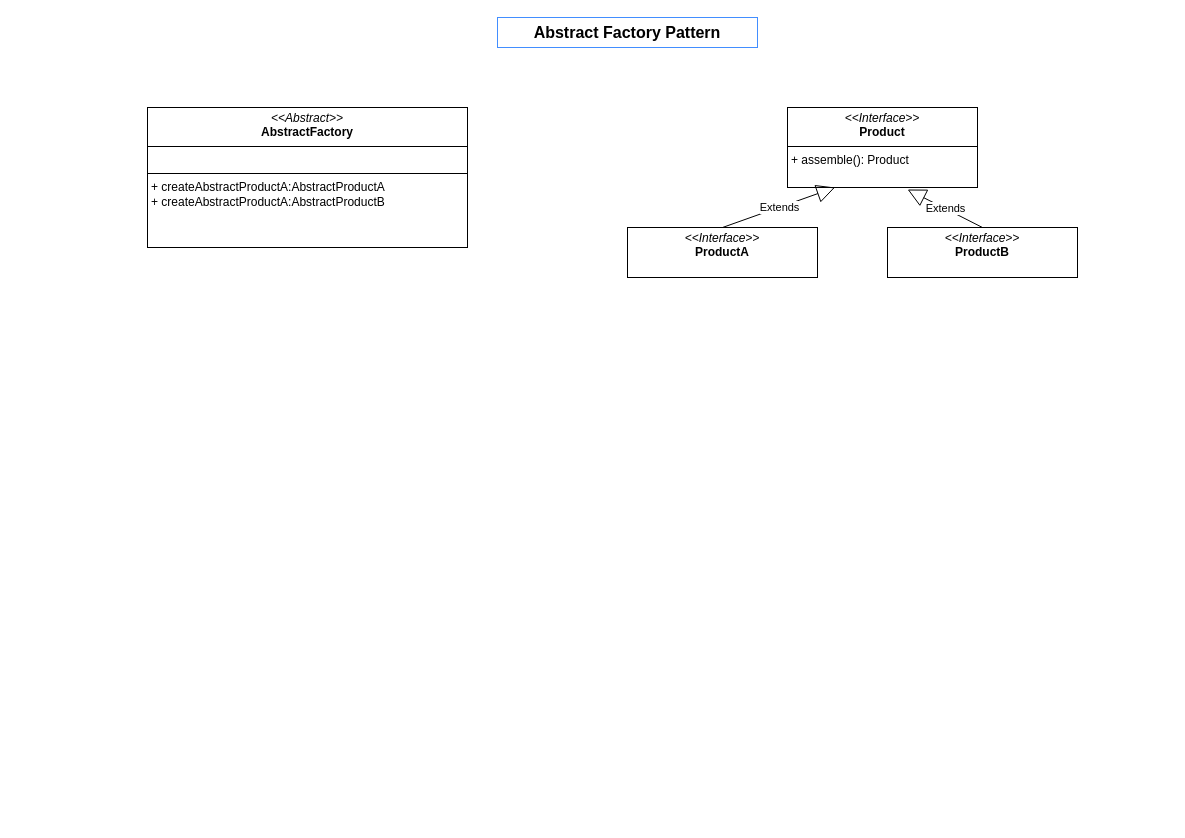
Before: abstract-factory-pattern.drawio in sourcelight/test_repo, a draw.io diagram. Source tidied: cells renumbered, new cells numbered last; positions are measured from the earlier drawing's top-left corner, leaving out a move shared by most shapes. Both pictures are drawn from the tidied source at 100%, with x=0, y=0 at pixel (147, 17).
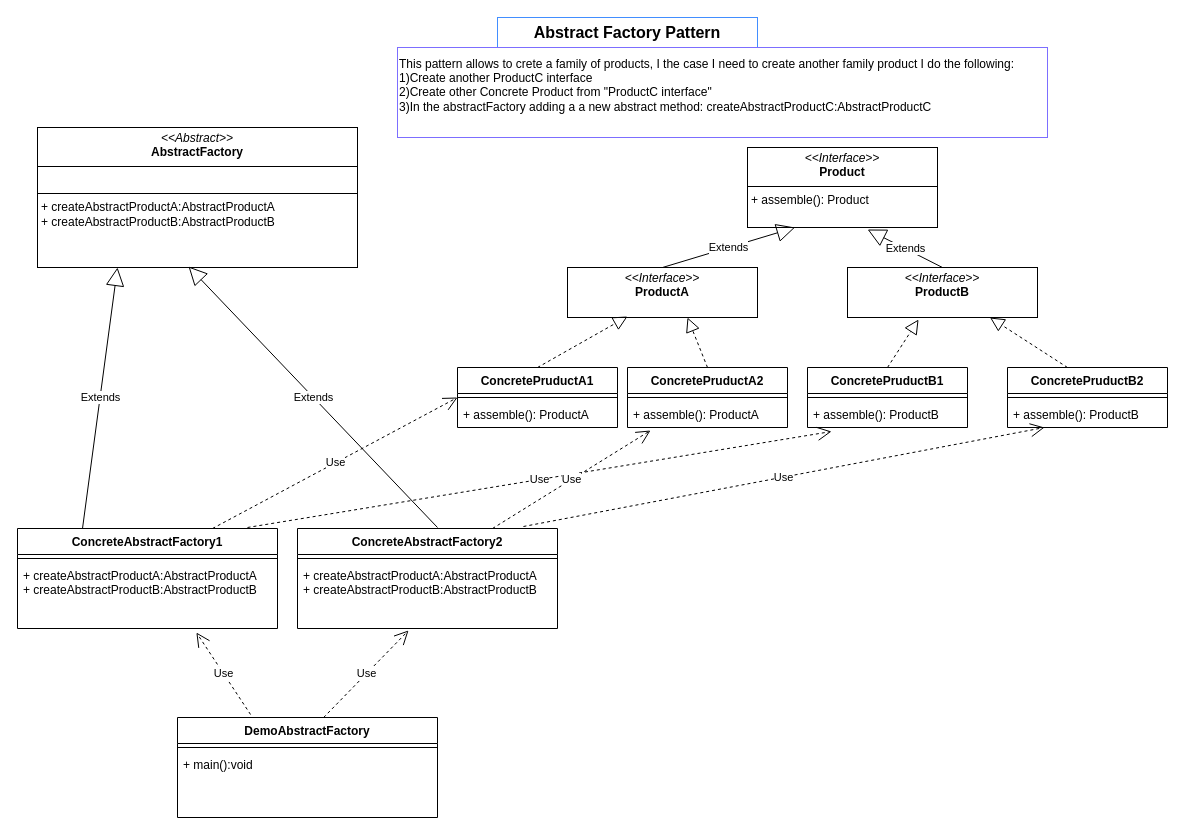
The same diagram, later.

What changed in the source:
```diff
@@
-    <mxCell id="3" value="&lt;p style=&quot;margin:0px;margin-top:4px;text-align:center;&quot;&gt;&lt;i&gt;&amp;lt;&amp;lt;Abstract&amp;gt;&amp;gt;&lt;/i&gt;&lt;br&gt;&lt;b&gt;AbstractFactory&lt;/b&gt;&lt;/p&gt;&lt;hr size=&quot;1&quot; style=&quot;border-style:solid;&quot;&gt;&lt;p style=&quot;margin:0px;margin-left:4px;&quot;&gt;&lt;br&gt;&lt;/p&gt;&lt;hr size=&quot;1&quot; style=&quot;border-style:solid;&quot;&gt;&lt;p style=&quot;margin:0px;margin-left:4px;&quot;&gt;+ createAbstractProductA:AbstractProductA&lt;br&gt;+ createAbstractProductA:AbstractProductB&lt;br&gt;&lt;/p&gt;" style="verticalAlign=top;align=left;overflow=fill;html=1;whiteSpace=wrap;" parent="1" vertex="1">
-      <mxGeometry y="90" width="320" height="140" as="geometry" />
+    <mxCell id="3" value="&lt;p style=&quot;margin:0px;margin-top:4px;text-align:center;&quot;&gt;&lt;i&gt;&amp;lt;&amp;lt;Abstract&amp;gt;&amp;gt;&lt;/i&gt;&lt;br&gt;&lt;b&gt;AbstractFactory&lt;/b&gt;&lt;/p&gt;&lt;hr size=&quot;1&quot; style=&quot;border-style:solid;&quot;&gt;&lt;p style=&quot;margin:0px;margin-left:4px;&quot;&gt;&lt;br&gt;&lt;/p&gt;&lt;hr size=&quot;1&quot; style=&quot;border-style:solid;&quot;&gt;&lt;p style=&quot;margin:0px;margin-left:4px;&quot;&gt;+ createAbstractProductA:AbstractProductA&lt;br&gt;+ createAbstractProductB:AbstractProductB&lt;br&gt;&lt;/p&gt;" style="verticalAlign=top;align=left;overflow=fill;html=1;whiteSpace=wrap;" parent="1" vertex="1">
+      <mxGeometry x="-110" y="110" width="320" height="140" as="geometry" />
     </mxCell>
     <mxCell id="4" value="&lt;p style=&quot;margin:0px;margin-top:4px;text-align:center;&quot;&gt;&lt;i&gt;&amp;lt;&amp;lt;Interface&amp;gt;&amp;gt;&lt;/i&gt;&lt;br&gt;&lt;b&gt;Product&lt;/b&gt;&lt;/p&gt;&lt;hr size=&quot;1&quot; style=&quot;border-style:solid;&quot;&gt;&lt;p style=&quot;margin:0px;margin-left:4px;&quot;&gt;&lt;/p&gt;&lt;p style=&quot;margin:0px;margin-left:4px;&quot;&gt;+ assemble(): Product&lt;br&gt;&lt;br&gt;&lt;/p&gt;" style="verticalAlign=top;align=left;overflow=fill;html=1;whiteSpace=wrap;" parent="1" vertex="1">
-      <mxGeometry x="640" y="90" width="190" height="80" as="geometry" />
+      <mxGeometry x="600" y="130" width="190" height="80" as="geometry" />
     </mxCell>
     <mxCell id="5" value="&lt;p style=&quot;margin:0px;margin-top:4px;text-align:center;&quot;&gt;&lt;i&gt;&amp;lt;&amp;lt;Interface&amp;gt;&amp;gt;&lt;/i&gt;&lt;br&gt;&lt;b&gt;ProductA&lt;/b&gt;&lt;/p&gt;" style="verticalAlign=top;align=left;overflow=fill;html=1;whiteSpace=wrap;" parent="1" vertex="1">
-      <mxGeometry x="480" y="210" width="190" height="50" as="geometry" />
+      <mxGeometry x="420" y="250" width="190" height="50" as="geometry" />
     </mxCell>
     <mxCell id="6" value="&lt;p style=&quot;margin:0px;margin-top:4px;text-align:center;&quot;&gt;&lt;i&gt;&amp;lt;&amp;lt;Interface&amp;gt;&amp;gt;&lt;/i&gt;&lt;br&gt;&lt;b&gt;ProductB&lt;/b&gt;&lt;/p&gt;" style="verticalAlign=top;align=left;overflow=fill;html=1;whiteSpace=wrap;" parent="1" vertex="1">
-      <mxGeometry x="740" y="210" width="190" height="50" as="geometry" />
+      <mxGeometry x="700" y="250" width="190" height="50" as="geometry" />
     </mxCell>
@@
+    <mxCell id="9" value="ConcretePruductA1" style="swimlane;fontStyle=1;align=center;verticalAlign=top;horizontal=1;startSize=26;whiteSpace=wrap;html=1;" parent="1" vertex="1">
+      <mxGeometry x="310" y="350" width="160" height="60" as="geometry" />
+    </mxCell>
+    <mxCell id="10" style="line;strokeWidth=1;fillColor=none;align=left;verticalAlign=middle;spacingTop=-1;spacingLeft=3;spacingRight=3;labelPosition=right;strokeColor=inherit;" parent="9" vertex="1">
+      <mxGeometry y="26" width="160" height="8" as="geometry" />
+    </mxCell>
+    <mxCell id="11" value="+ assemble(): ProductA" style="text;strokeColor=none;fillColor=none;align=left;verticalAlign=top;spacingLeft=4;spacingRight=4;overflow=hidden;whiteSpace=wrap;html=1;" parent="9" vertex="1">
+      <mxGeometry y="34" width="160" height="26" as="geometry" />
+    </mxCell>
+    <mxCell id="12" value="ConcretePruductA2" style="swimlane;fontStyle=1;align=center;verticalAlign=top;horizontal=1;startSize=26;whiteSpace=wrap;html=1;" parent="1" vertex="1">
+      <mxGeometry x="480" y="350" width="160" height="60" as="geometry" />
+    </mxCell>
+    <mxCell id="13" style="line;strokeWidth=1;fillColor=none;align=left;verticalAlign=middle;spacingTop=-1;spacingLeft=3;spacingRight=3;labelPosition=right;strokeColor=inherit;" parent="12" vertex="1">
+      <mxGeometry y="26" width="160" height="8" as="geometry" />
+    </mxCell>
+    <mxCell id="14" value="+ assemble(): ProductA" style="text;strokeColor=none;fillColor=none;align=left;verticalAlign=top;spacingLeft=4;spacingRight=4;overflow=hidden;points=[[0,0.5],[1,0.5]];portConstraint=eastwest;whiteSpace=wrap;html=1;" parent="12" vertex="1">
+      <mxGeometry y="34" width="160" height="26" as="geometry" />
+    </mxCell>
+    <mxCell id="15" style="endArrow=block;dashed=1;endFill=0;endSize=12;html=1;rounded=0;exitX=0.5;exitY=0;exitDx=0;exitDy=0;entryX=0.316;entryY=0.98;entryDx=0;entryDy=0;entryPerimeter=0;" parent="1" edge="1" source="9" target="5">
+      <mxGeometry relative="1" as="geometry" />
+    </mxCell>
+    <mxCell id="16" style="endArrow=block;dashed=1;endFill=0;endSize=12;html=1;rounded=0;exitX=0.5;exitY=0;exitDx=0;exitDy=0;entryX=0.316;entryY=0.98;entryDx=0;entryDy=0;entryPerimeter=0;" parent="1" edge="1" source="12">
+      <mxGeometry relative="1" as="geometry">
+        <mxPoint x="540" y="300" as="targetPoint" />
+      </mxGeometry>
+    </mxCell>
+    <mxCell id="17" value="ConcretePruductB1" style="swimlane;fontStyle=1;align=center;verticalAlign=top;horizontal=1;startSize=26;whiteSpace=wrap;html=1;" parent="1" vertex="1">
+      <mxGeometry x="660" y="350" width="160" height="60" as="geometry" />
+    </mxCell>
+    <mxCell id="18" style="line;strokeWidth=1;fillColor=none;align=left;verticalAlign=middle;spacingTop=-1;spacingLeft=3;spacingRight=3;labelPosition=right;strokeColor=inherit;" parent="17" vertex="1">
+      <mxGeometry y="26" width="160" height="8" as="geometry" />
+    </mxCell>
+    <mxCell id="19" value="+ assemble(): ProductB" style="text;strokeColor=none;fillColor=none;align=left;verticalAlign=top;spacingLeft=4;spacingRight=4;overflow=hidden;points=[[0,0.5],[1,0.5]];portConstraint=eastwest;whiteSpace=wrap;html=1;" parent="17" vertex="1">
+      <mxGeometry y="34" width="160" height="26" as="geometry" />
+    </mxCell>
+    <mxCell id="20" value="ConcretePruductB2" style="swimlane;fontStyle=1;align=center;verticalAlign=top;horizontal=1;startSize=26;whiteSpace=wrap;html=1;" parent="1" vertex="1">
+      <mxGeometry x="860" y="350" width="160" height="60" as="geometry" />
+    </mxCell>
+    <mxCell id="21" style="line;strokeWidth=1;fillColor=none;align=left;verticalAlign=middle;spacingTop=-1;spacingLeft=3;spacingRight=3;labelPosition=right;strokeColor=inherit;" parent="20" vertex="1">
+      <mxGeometry y="26" width="160" height="8" as="geometry" />
+    </mxCell>
+    <mxCell id="22" value="+ assemble(): ProductB" style="text;strokeColor=none;fillColor=none;align=left;verticalAlign=top;spacingLeft=4;spacingRight=4;overflow=hidden;points=[[0,0.5],[1,0.5]];portConstraint=eastwest;whiteSpace=wrap;html=1;" parent="20" vertex="1">
+      <mxGeometry y="34" width="160" height="26" as="geometry" />
+    </mxCell>
+    <mxCell id="23" style="endArrow=block;dashed=1;endFill=0;endSize=12;html=1;rounded=0;exitX=0.5;exitY=0;exitDx=0;exitDy=0;entryX=0.374;entryY=1.04;entryDx=0;entryDy=0;entryPerimeter=0;" parent="1" edge="1" source="17" target="6">
+      <mxGeometry relative="1" as="geometry" />
+    </mxCell>
+    <mxCell id="24" style="endArrow=block;dashed=1;endFill=0;endSize=12;html=1;rounded=0;exitX=0.5;exitY=0;exitDx=0;exitDy=0;entryX=0.75;entryY=1;entryDx=0;entryDy=0;" parent="1" edge="1" target="6">
+      <mxGeometry relative="1" as="geometry">
+        <mxPoint x="920" y="350" as="sourcePoint" />
+      </mxGeometry>
+    </mxCell>
+    <mxCell id="25" value="ConcreteAbstractFactory1" style="swimlane;fontStyle=1;align=center;verticalAlign=top;horizontal=1;startSize=26;whiteSpace=wrap;html=1;" parent="1" vertex="1">
+      <mxGeometry x="-130" y="511" width="260" height="100" as="geometry" />
+    </mxCell>
+    <mxCell id="26" style="line;strokeWidth=1;fillColor=none;align=left;verticalAlign=middle;spacingTop=-1;spacingLeft=3;spacingRight=3;labelPosition=right;strokeColor=inherit;" parent="25" vertex="1">
+      <mxGeometry y="26" width="260" height="8" as="geometry" />
+    </mxCell>
+    <mxCell id="27" value="+ createAbstractProductA:AbstractProductA&lt;br&gt;+ createAbstractProductB:AbstractProductB" style="text;strokeColor=none;fillColor=none;align=left;verticalAlign=top;spacingLeft=4;spacingRight=4;overflow=hidden;points=[[0,0.5],[1,0.5]];portConstraint=eastwest;whiteSpace=wrap;html=1;" parent="25" vertex="1">
+      <mxGeometry y="34" width="260" height="66" as="geometry" />
+    </mxCell>
+    <mxCell id="28" value="Extends" style="endArrow=block;endSize=16;endFill=0;html=1;rounded=0;exitX=0.25;exitY=0;exitDx=0;exitDy=0;entryX=0.25;entryY=1;entryDx=0;entryDy=0;" parent="1" edge="1" source="25" target="3">
+      <mxGeometry relative="1" as="geometry" />
+    </mxCell>
+    <mxCell id="29" value="ConcreteAbstractFactory2" style="swimlane;fontStyle=1;align=center;verticalAlign=top;horizontal=1;startSize=26;whiteSpace=wrap;html=1;" parent="1" vertex="1">
+      <mxGeometry x="150" y="511" width="260" height="100" as="geometry" />
+    </mxCell>
+    <mxCell id="30" style="line;strokeWidth=1;fillColor=none;align=left;verticalAlign=middle;spacingTop=-1;spacingLeft=3;spacingRight=3;labelPosition=right;strokeColor=inherit;" parent="29" vertex="1">
+      <mxGeometry y="26" width="260" height="8" as="geometry" />
+    </mxCell>
+    <mxCell id="31" value="+ createAbstractProductA:AbstractProductA&lt;br&gt;+ createAbstractProductB:AbstractProductB" style="text;strokeColor=none;fillColor=none;align=left;verticalAlign=top;spacingLeft=4;spacingRight=4;overflow=hidden;points=[[0,0.5],[1,0.5]];portConstraint=eastwest;whiteSpace=wrap;html=1;" parent="29" vertex="1">
+      <mxGeometry y="34" width="260" height="66" as="geometry" />
+    </mxCell>
+    <mxCell id="32" value="Extends" style="endArrow=block;endSize=16;endFill=0;html=1;rounded=0;entryX=0.472;entryY=0.993;entryDx=0;entryDy=0;entryPerimeter=0;" parent="1" edge="1" target="3">
+      <mxGeometry relative="1" as="geometry">
+        <mxPoint x="290" y="510" as="sourcePoint" />
+      </mxGeometry>
+    </mxCell>
+    <mxCell id="33" value="DemoAbstractFactory" style="swimlane;fontStyle=1;align=center;verticalAlign=top;horizontal=1;startSize=26;whiteSpace=wrap;html=1;" parent="1" vertex="1">
+      <mxGeometry x="30" y="700" width="260" height="100" as="geometry" />
+    </mxCell>
+    <mxCell id="34" style="line;strokeWidth=1;fillColor=none;align=left;verticalAlign=middle;spacingTop=-1;spacingLeft=3;spacingRight=3;labelPosition=right;strokeColor=inherit;" parent="33" vertex="1">
+      <mxGeometry y="26" width="260" height="8" as="geometry" />
+    </mxCell>
+    <mxCell id="35" value="+ main():void&lt;div&gt;&lt;br/&gt;&lt;/div&gt;" style="text;strokeColor=none;fillColor=none;align=left;verticalAlign=top;spacingLeft=4;spacingRight=4;overflow=hidden;whiteSpace=wrap;html=1;" parent="33" vertex="1">
+      <mxGeometry y="34" width="260" height="66" as="geometry" />
+    </mxCell>
+    <mxCell id="36" value="Use" style="endArrow=open;endSize=12;dashed=1;html=1;rounded=0;exitX=0.281;exitY=-0.03;exitDx=0;exitDy=0;exitPerimeter=0;entryX=0.688;entryY=1.061;entryDx=0;entryDy=0;entryPerimeter=0;" parent="1" edge="1" source="33" target="27">
+      <mxGeometry relative="1" as="geometry" />
+    </mxCell>
+    <mxCell id="37" value="Use" style="endArrow=open;endSize=12;dashed=1;html=1;rounded=0;entryX=0.427;entryY=1.03;entryDx=0;entryDy=0;entryPerimeter=0;exitX=0.562;exitY=0;exitDx=0;exitDy=0;exitPerimeter=0;" parent="1" edge="1" source="33" target="31">
+      <mxGeometry relative="1" as="geometry" />
+    </mxCell>
+    <mxCell id="38" value="Use" style="endArrow=open;endSize=12;dashed=1;html=1;rounded=0;entryX=0.15;entryY=1.154;entryDx=0;entryDy=0;entryPerimeter=0;" parent="1" edge="1" target="19">
+      <mxGeometry relative="1" as="geometry">
+        <mxPoint x="100" y="510" as="sourcePoint" />
+      </mxGeometry>
+    </mxCell>
+    <mxCell id="39" value="Use" style="endArrow=open;endSize=12;dashed=1;html=1;rounded=0;exitX=0.75;exitY=0;exitDx=0;exitDy=0;entryX=0;entryY=0.5;entryDx=0;entryDy=0;" parent="1" edge="1" source="25" target="9">
+      <mxGeometry relative="1" as="geometry" />
+    </mxCell>
+    <mxCell id="40" value="Use" style="endArrow=open;endSize=12;dashed=1;html=1;rounded=0;exitX=0.75;exitY=0;exitDx=0;exitDy=0;entryX=0.144;entryY=1.115;entryDx=0;entryDy=0;entryPerimeter=0;" parent="1" edge="1" source="29" target="14">
+      <mxGeometry relative="1" as="geometry" />
+    </mxCell>
+    <mxCell id="41" value="Use" style="endArrow=open;endSize=12;dashed=1;html=1;rounded=0;entryX=0.231;entryY=1;entryDx=0;entryDy=0;entryPerimeter=0;exitX=0.869;exitY=-0.02;exitDx=0;exitDy=0;exitPerimeter=0;" parent="1" edge="1" source="29" target="22">
+      <mxGeometry relative="1" as="geometry" />
+    </mxCell>
+    <mxCell id="42" value="This pattern allows to crete a family of products, I the case I need to create another family product I do the following:&lt;div&gt;1)Create another ProductC interface&lt;br&gt;2)Create other Concrete Product from &quot;&lt;span style=&quot;background-color: initial;&quot;&gt;ProductC interface&lt;/span&gt;&lt;span style=&quot;background-color: initial;&quot;&gt;&quot;&lt;/span&gt;&lt;/div&gt;&lt;div&gt;&lt;span style=&quot;background-color: initial;&quot;&gt;3)In the abstractFactory adding a a new abstract method:&amp;nbsp;&lt;/span&gt;&lt;span style=&quot;background-color: initial;&quot;&gt;createAbstractProductC:AbstractProductC&lt;/span&gt;&lt;/div&gt;&lt;div&gt;&lt;br&gt;&lt;/div&gt;" style="text;html=1;align=left;verticalAlign=middle;whiteSpace=wrap;rounded=0;strokeColor=#7C6EFF;" parent="1" vertex="1">
+      <mxGeometry x="250" y="30" width="650" height="90" as="geometry" />
+    </mxCell>
```
